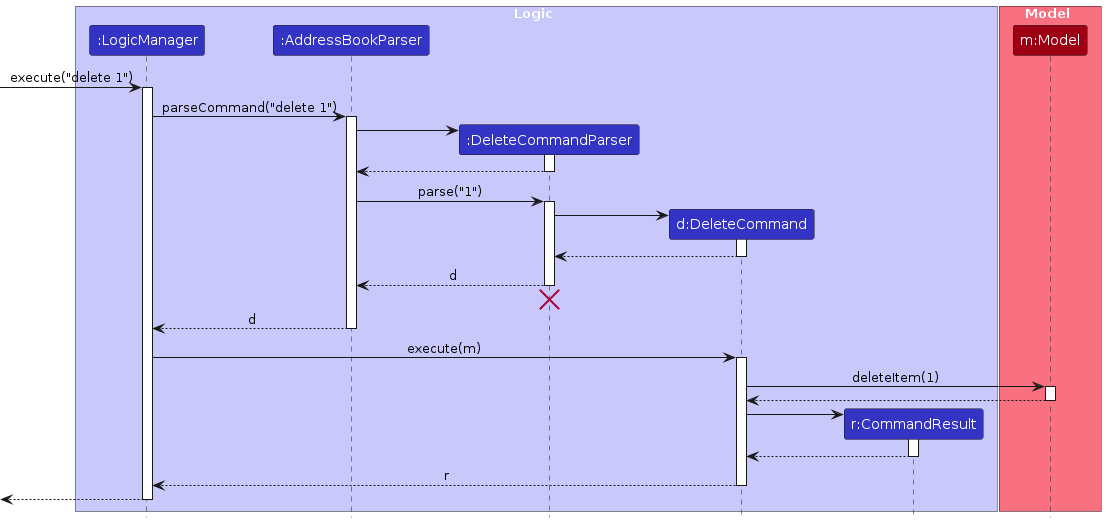
Earlier version of the PlantUML export diagrams/DeleteSequenceDiagram.png (AY2425S1-CS2103T-W09-3/tp). Its source is kept beside it as diagrams/DeleteSequenceDiagram.puml.
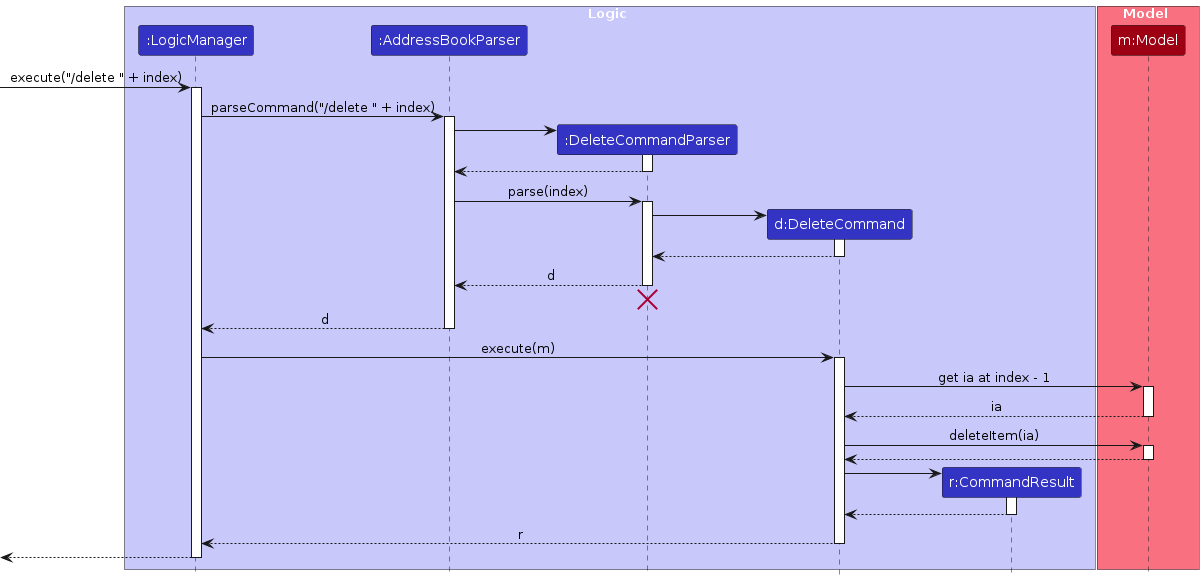
The same diagram one commit later.

Diff of the diagram source:
```diff
@@ -14,10 +14,10 @@
 participant "m:Model" as Model MODEL_COLOR
 end box
 
-[-> LogicManager : execute("delete 1")
+[-> LogicManager : execute("/delete " + index)
 activate LogicManager
 
-LogicManager -> AddressBookParser : parseCommand("delete 1")
+LogicManager -> AddressBookParser : parseCommand("/delete " + index)
 activate AddressBookParser
 
 create DeleteCommandParser
@@ -27,7 +27,7 @@
 DeleteCommandParser --> AddressBookParser
 deactivate DeleteCommandParser
 
-AddressBookParser -> DeleteCommandParser : parse("1")
+AddressBookParser -> DeleteCommandParser : parse(index)
 activate DeleteCommandParser
 
 create DeleteCommand
@@ -48,7 +48,13 @@
 LogicManager -> DeleteCommand : execute(m)
 activate DeleteCommand
 
-DeleteCommand -> Model : deleteItem(1)
+DeleteCommand -> Model : get ia at index - 1
+activate Model
+
+Model --> DeleteCommand : ia
+deactivate Model
+
+DeleteCommand -> Model : deleteItem(ia)
 activate Model
 
 Model --> DeleteCommand
```
